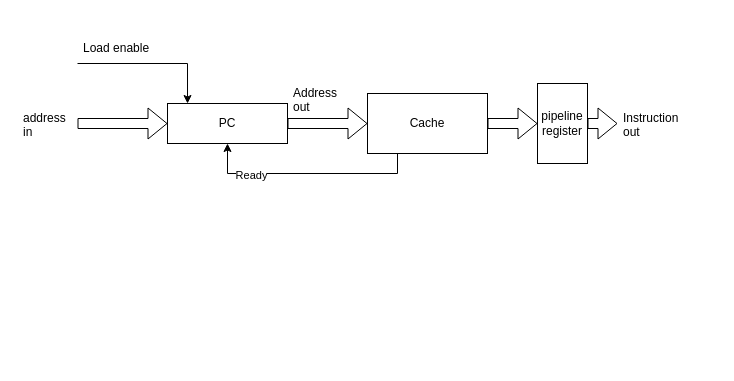
This is diagrams/instruction_fetch.drawio from vittorio01/CustomCPU, a draw.io file, before an edit. Source tidied: cells renumbered, new cells numbered last; positions are measured from the earlier drawing's top-left corner, leaving out a move shared by most shapes. Both pictures are drawn from the tidied source at 100%, with x=0, y=0 at pixel (17, 33).
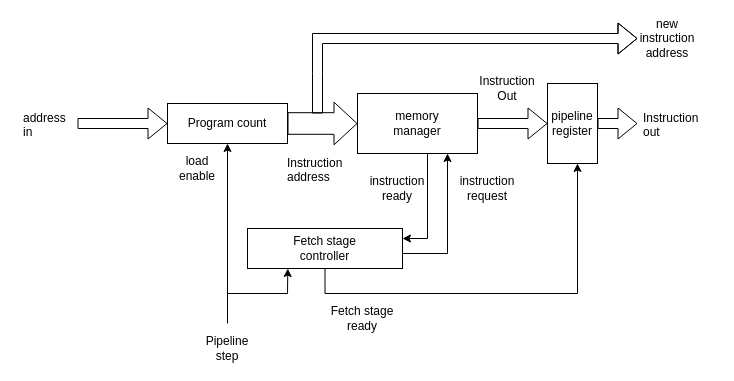
The same diagram, later.

The edit, as a diff of the source:
```diff
@@
-    <mxCell id="2" value="PC" style="rounded=0;whiteSpace=wrap;html=1;" parent="1" vertex="1">
+    <mxCell id="2" value="Program count" style="rounded=0;whiteSpace=wrap;html=1;" parent="1" vertex="1">
       <mxGeometry x="150" y="70" width="120" height="40" as="geometry" />
     </mxCell>
@@
-    <mxCell id="4" style="endArrow=none;html=1;rounded=0;" parent="1" edge="1">
-      <mxGeometry relative="1" as="geometry">
-        <mxPoint x="60" y="30" as="sourcePoint" />
-        <mxPoint x="170" y="30" as="targetPoint" />
-      </mxGeometry>
-    </mxCell>
-    <mxCell id="5" style="shape=flexArrow;endArrow=classic;html=1;rounded=0;exitX=1;exitY=0.5;exitDx=0;exitDy=0;" parent="1" edge="1" source="2">
-      <mxGeometry relative="1" as="geometry">
-        <mxPoint x="350" y="90" as="targetPoint" />
-      </mxGeometry>
+    <mxCell id="5" style="shape=flexArrow;endArrow=classic;html=1;rounded=0;exitX=1;exitY=0.5;exitDx=0;exitDy=0;entryX=0;entryY=0.5;entryDx=0;entryDy=0;width=21.6;endSize=7.331999999999999;" parent="1" edge="1" source="2" target="11">
+      <mxGeometry relative="1" as="geometry" />
     </mxCell>
@@
-    <mxCell id="7" value="&lt;div&gt;Load enable&lt;/div&gt;" style="text;strokeColor=none;fillColor=none;align=left;verticalAlign=middle;spacingLeft=4;spacingRight=4;overflow=hidden;whiteSpace=wrap;html=1;" parent="1" vertex="1">
-      <mxGeometry x="60" width="80" height="30" as="geometry" />
-    </mxCell>
-    <mxCell id="8" value="&lt;div&gt;Address out&lt;/div&gt;" style="text;strokeColor=none;fillColor=none;align=left;verticalAlign=middle;spacingLeft=4;spacingRight=4;overflow=hidden;whiteSpace=wrap;html=1;" parent="1" vertex="1">
-      <mxGeometry x="270" y="50" width="70" height="30" as="geometry" />
+    <mxCell id="8" value="&lt;div&gt;Instruction &lt;br&gt;&lt;/div&gt;&lt;div&gt;address&lt;br&gt;&lt;/div&gt;" style="text;strokeColor=none;fillColor=none;align=left;verticalAlign=middle;spacingLeft=4;spacingRight=4;overflow=hidden;whiteSpace=wrap;html=1;" parent="1" vertex="1">
+      <mxGeometry x="264" y="120" width="70" height="30" as="geometry" />
     </mxCell>
-    <mxCell id="9" style="edgeStyle=orthogonalEdgeStyle;rounded=0;jettySize=auto;html=1;exitX=0.25;exitY=1;exitDx=0;exitDy=0;entryX=0.5;entryY=1;entryDx=0;entryDy=0;" parent="1" edge="1" source="11" target="2">
-      <mxGeometry relative="1" as="geometry" />
-    </mxCell>
-    <mxCell id="10" value="&lt;div&gt;Ready&lt;/div&gt;" style="edgeLabel;html=1;align=center;verticalAlign=middle;" parent="9" vertex="1">
-      <mxGeometry x="0.52" y="1" relative="1" as="geometry" />
-    </mxCell>
+    <mxCell id="17" style="edgeStyle=orthogonalEdgeStyle;rounded=0;jettySize=auto;html=1;entryX=1;entryY=0.25;entryDx=0;entryDy=0;" parent="1" edge="1" source="11" target="20">
+      <mxGeometry relative="1" as="geometry">
+        <Array as="points">
+          <mxPoint x="410" y="205" />
+        </Array>
+      </mxGeometry>
+    </mxCell>
-    <mxCell id="11" value="&lt;div&gt;Cache&lt;/div&gt;" style="rounded=0;whiteSpace=wrap;html=1;" parent="1" vertex="1">
-      <mxGeometry x="350" y="60" width="120" height="60" as="geometry" />
+    <mxCell id="11" value="&lt;div&gt;memory&lt;/div&gt;&lt;div&gt;manager&lt;br&gt;&lt;/div&gt;" style="rounded=0;whiteSpace=wrap;html=1;" parent="1" vertex="1">
+      <mxGeometry x="340" y="60" width="120" height="60" as="geometry" />
     </mxCell>
@@
     <mxCell id="13" value="&lt;div&gt;Instruction out&lt;/div&gt;" style="text;strokeColor=none;fillColor=none;align=left;verticalAlign=middle;spacingLeft=4;spacingRight=4;overflow=hidden;points=[[0,0.5],[1,0.5]];portConstraint=eastwest;whiteSpace=wrap;html=1;" parent="1" vertex="1">
-      <mxGeometry x="600" y="75" width="80" height="30" as="geometry" />
+      <mxGeometry x="620" y="75" width="80" height="30" as="geometry" />
     </mxCell>
-    <mxCell id="14" style="endArrow=classic;html=1;rounded=0;entryX=0.167;entryY=0;entryDx=0;entryDy=0;entryPerimeter=0;" parent="1" edge="1" target="2">
-      <mxGeometry relative="1" as="geometry">
-        <mxPoint x="170" y="30" as="sourcePoint" />
-      </mxGeometry>
-    </mxCell>
     <mxCell id="15" value="&lt;div&gt;pipeline&lt;/div&gt;&lt;div&gt;register&lt;br&gt;&lt;/div&gt;" style="rounded=0;whiteSpace=wrap;html=1;" parent="1" vertex="1">
-      <mxGeometry x="520" y="50" width="50" height="80" as="geometry" />
+      <mxGeometry x="530" y="50" width="50" height="80" as="geometry" />
     </mxCell>
@@
+    <mxCell id="18" style="edgeStyle=orthogonalEdgeStyle;rounded=0;jettySize=auto;html=1;" parent="1" edge="1" source="20">
+      <mxGeometry relative="1" as="geometry">
+        <mxPoint x="430" y="120" as="targetPoint" />
+        <Array as="points">
+          <mxPoint x="430" y="220" />
+          <mxPoint x="430" y="120" />
+        </Array>
+      </mxGeometry>
+    </mxCell>
+    <mxCell id="19" style="edgeStyle=orthogonalEdgeStyle;rounded=0;jettySize=auto;html=1;" parent="1" edge="1" source="20">
+      <mxGeometry relative="1" as="geometry">
+        <mxPoint x="560" y="130" as="targetPoint" />
+        <Array as="points">
+          <mxPoint x="308" y="260" />
+          <mxPoint x="560" y="260" />
+        </Array>
+      </mxGeometry>
+    </mxCell>
+    <mxCell id="20" value="&lt;div&gt;Fetch stage&lt;/div&gt;&lt;div&gt;controller&lt;br&gt;&lt;/div&gt;" style="rounded=0;whiteSpace=wrap;html=1;" parent="1" vertex="1">
+      <mxGeometry x="230" y="195" width="155" height="40" as="geometry" />
+    </mxCell>
+    <mxCell id="21" value="&lt;div&gt;load&lt;/div&gt;&lt;div&gt;enable&lt;/div&gt;" style="text;html=1;strokeColor=none;fillColor=none;align=center;verticalAlign=middle;whiteSpace=wrap;rounded=0;" parent="1" vertex="1">
+      <mxGeometry x="150" y="120" width="60" height="30" as="geometry" />
+    </mxCell>
+    <mxCell id="22" value="&lt;div&gt;instruction&lt;/div&gt;&lt;div&gt;request&lt;br&gt;&lt;/div&gt;" style="text;html=1;strokeColor=none;fillColor=none;align=center;verticalAlign=middle;whiteSpace=wrap;rounded=0;" parent="1" vertex="1">
+      <mxGeometry x="440" y="140" width="60" height="30" as="geometry" />
+    </mxCell>
+    <mxCell id="23" value="&lt;div&gt;instruction&lt;/div&gt;&lt;div&gt;ready&lt;br&gt;&lt;/div&gt;" style="text;html=1;strokeColor=none;fillColor=none;align=center;verticalAlign=middle;whiteSpace=wrap;rounded=0;" parent="1" vertex="1">
+      <mxGeometry x="350" y="140" width="60" height="30" as="geometry" />
+    </mxCell>
+    <mxCell id="24" value="Fetch stage ready" style="text;html=1;strokeColor=none;fillColor=none;align=center;verticalAlign=middle;whiteSpace=wrap;rounded=0;" parent="1" vertex="1">
+      <mxGeometry x="305" y="270" width="80" height="30" as="geometry" />
+    </mxCell>
+    <mxCell id="25" value="&lt;div&gt;Instruction&lt;/div&gt;&lt;div&gt;Out&lt;br&gt;&lt;/div&gt;" style="text;html=1;strokeColor=none;fillColor=none;align=center;verticalAlign=middle;whiteSpace=wrap;rounded=0;" parent="1" vertex="1">
+      <mxGeometry x="460" y="40" width="60" height="30" as="geometry" />
+    </mxCell>
+    <mxCell id="26" value="Pipeline step" style="text;html=1;strokeColor=none;fillColor=none;align=center;verticalAlign=middle;whiteSpace=wrap;rounded=0;" parent="1" vertex="1">
+      <mxGeometry x="180" y="300" width="60" height="30" as="geometry" />
+    </mxCell>
+    <mxCell id="27" style="endArrow=classic;html=1;rounded=0;entryX=0.5;entryY=1;entryDx=0;entryDy=0;" parent="1" edge="1" target="2">
+      <mxGeometry relative="1" as="geometry">
+        <mxPoint x="210" y="290" as="sourcePoint" />
+      </mxGeometry>
+    </mxCell>
+    <mxCell id="28" style="endArrow=classic;html=1;rounded=0;entryX=0.26;entryY=1.001;entryDx=0;entryDy=0;entryPerimeter=0;" parent="1" edge="1" target="20">
+      <mxGeometry relative="1" as="geometry">
+        <mxPoint x="210" y="260" as="sourcePoint" />
+        <Array as="points">
+          <mxPoint x="270" y="260" />
+        </Array>
+      </mxGeometry>
+    </mxCell>
+    <mxCell id="29" style="shape=flexArrow;endArrow=classic;html=1;rounded=0;" parent="1" edge="1" target="30">
+      <mxGeometry relative="1" as="geometry">
+        <mxPoint x="300" y="80" as="sourcePoint" />
+        <Array as="points">
+          <mxPoint x="300" y="40" />
+          <mxPoint x="300" y="5" />
+        </Array>
+      </mxGeometry>
+    </mxCell>
+    <mxCell id="30" value="&lt;div&gt;new instruction&lt;/div&gt;&lt;div&gt;address&lt;br&gt;&lt;/div&gt;" style="text;html=1;strokeColor=none;fillColor=none;align=center;verticalAlign=middle;whiteSpace=wrap;rounded=0;" parent="1" vertex="1">
+      <mxGeometry x="620" y="-10" width="60" height="30" as="geometry" />
+    </mxCell>
```
